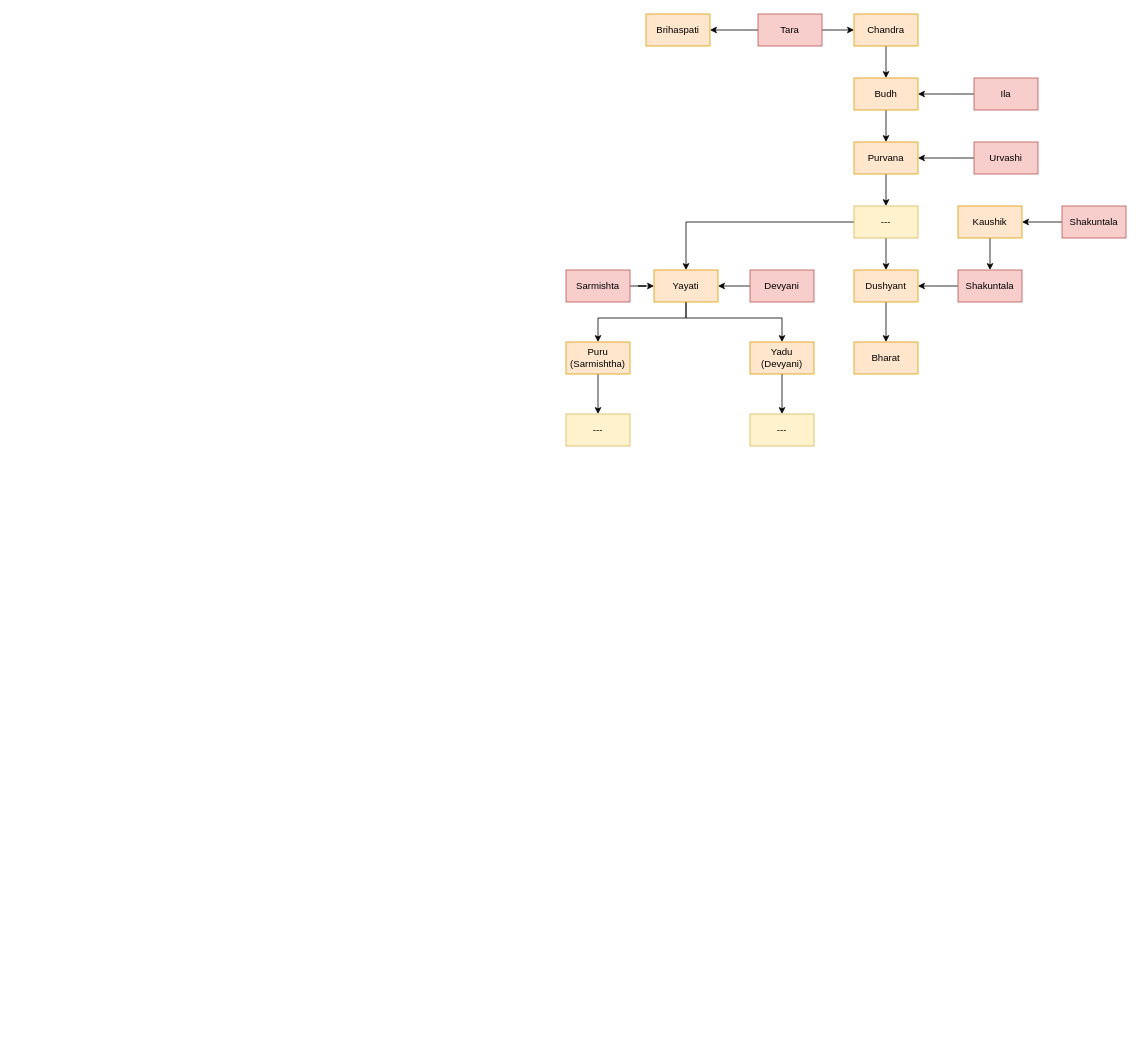
This is Untitled Diagram.drawio from swanand-sabhapatikar/Sudoku, a draw.io file, before an edit. Source tidied: cells renumbered, new cells numbered last; positions are measured from the earlier drawing's top-left corner, leaving out a move shared by most shapes. Both pictures are drawn from the tidied source at 80%, with x=0, y=0 at pixel (566, 14).
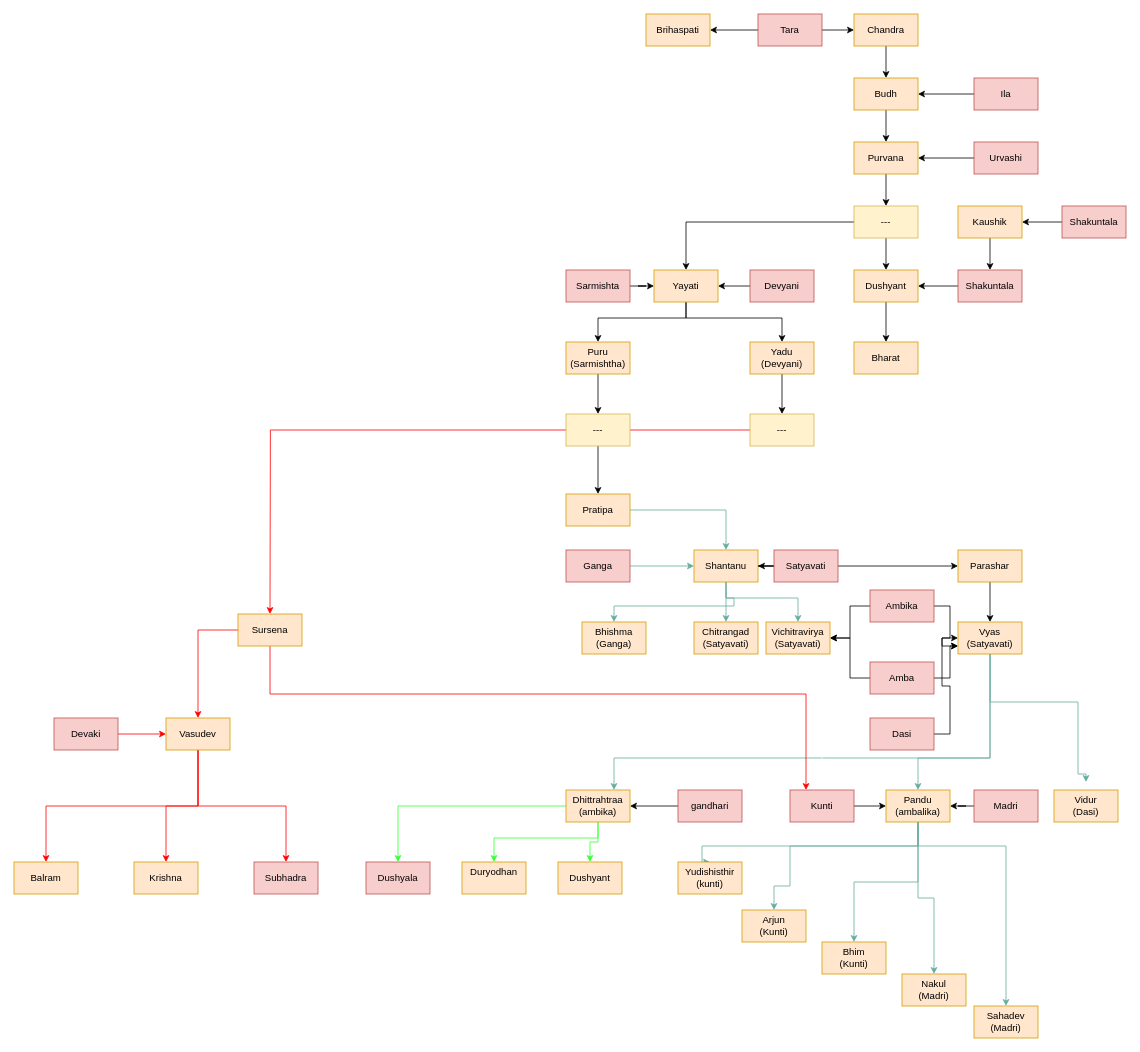
After the change.

The change refers to these unchanged cells:
```xml
<mxCell id="36" value="---" style="rounded=0;whiteSpace=wrap;html=1;fillColor=#fff2cc;strokeColor=#d6b656;" parent="1" vertex="1">
  <mxGeometry x="230" y="500" width="80" height="40" as="geometry" />
</mxCell>
<mxCell id="37" value="---" style="rounded=0;whiteSpace=wrap;html=1;fillColor=#fff2cc;strokeColor=#d6b656;" parent="1" vertex="1">
  <mxGeometry y="500" width="80" height="40" as="geometry" />
</mxCell>
```

Diff of the diagram source:
```diff
@@
+    <mxCell id="41" style="edgeStyle=orthogonalEdgeStyle;rounded=0;jettySize=auto;html=1;strokeColor=#FF0000;" parent="1" edge="1" source="36">
+      <mxGeometry relative="1" as="geometry">
+        <mxPoint x="-370" y="750" as="targetPoint" />
+      </mxGeometry>
+    </mxCell>
@@
+    <mxCell id="42" style="edgeStyle=orthogonalEdgeStyle;rounded=0;jettySize=auto;html=1;entryX=0.5;entryY=0;entryDx=0;entryDy=0;" parent="1" edge="1" source="37" target="44">
+      <mxGeometry relative="1" as="geometry" />
+    </mxCell>
@@
+    <mxCell id="43" style="edgeStyle=orthogonalEdgeStyle;rounded=0;jettySize=auto;html=1;entryX=0.5;entryY=0;entryDx=0;entryDy=0;strokeColor=#67AB9F;" parent="1" edge="1" source="44" target="48">
+      <mxGeometry relative="1" as="geometry" />
+    </mxCell>
+    <mxCell id="44" value="Pratipa" style="rounded=0;whiteSpace=wrap;html=1;fillColor=#ffe6cc;strokeColor=#d79b00;" parent="1" vertex="1">
+      <mxGeometry y="600" width="80" height="40" as="geometry" />
+    </mxCell>
+    <mxCell id="45" style="edgeStyle=orthogonalEdgeStyle;rounded=0;jettySize=auto;html=1;entryX=0.5;entryY=0;entryDx=0;entryDy=0;strokeColor=#67AB9F;" parent="1" edge="1" source="48" target="51">
+      <mxGeometry relative="1" as="geometry">
+        <Array as="points">
+          <mxPoint x="200" y="740" />
+          <mxPoint x="60" y="740" />
+        </Array>
+      </mxGeometry>
+    </mxCell>
+    <mxCell id="46" style="edgeStyle=orthogonalEdgeStyle;rounded=0;jettySize=auto;html=1;entryX=0.5;entryY=0;entryDx=0;entryDy=0;strokeColor=#67AB9F;" parent="1" edge="1" source="48" target="52">
+      <mxGeometry relative="1" as="geometry">
+        <Array as="points">
+          <mxPoint x="200" y="730" />
+          <mxPoint x="210" y="730" />
+          <mxPoint x="210" y="740" />
+          <mxPoint x="200" y="740" />
+        </Array>
+      </mxGeometry>
+    </mxCell>
+    <mxCell id="47" style="edgeStyle=orthogonalEdgeStyle;rounded=0;jettySize=auto;html=1;entryX=0.5;entryY=0;entryDx=0;entryDy=0;strokeColor=#67AB9F;" parent="1" edge="1" source="48" target="53">
+      <mxGeometry relative="1" as="geometry">
+        <Array as="points">
+          <mxPoint x="200" y="730" />
+          <mxPoint x="290" y="730" />
+          <mxPoint x="290" y="760" />
+        </Array>
+      </mxGeometry>
+    </mxCell>
+    <mxCell id="48" value="Shantanu" style="rounded=0;whiteSpace=wrap;html=1;fillColor=#ffe6cc;strokeColor=#d79b00;" parent="1" vertex="1">
+      <mxGeometry x="160" y="670" width="80" height="40" as="geometry" />
+    </mxCell>
+    <mxCell id="49" style="edgeStyle=orthogonalEdgeStyle;rounded=0;jettySize=auto;html=1;entryX=0;entryY=0.5;entryDx=0;entryDy=0;strokeColor=#67AB9F;" parent="1" edge="1" source="50" target="48">
+      <mxGeometry relative="1" as="geometry" />
+    </mxCell>
+    <mxCell id="50" value="Ganga" style="rounded=0;whiteSpace=wrap;html=1;fillColor=#f8cecc;strokeColor=#b85450;" parent="1" vertex="1">
+      <mxGeometry y="670" width="80" height="40" as="geometry" />
+    </mxCell>
+    <mxCell id="51" value="Bhishma&lt;br&gt;(Ganga)" style="rounded=0;whiteSpace=wrap;html=1;fillColor=#ffe6cc;strokeColor=#d79b00;" parent="1" vertex="1">
+      <mxGeometry x="20" y="760" width="80" height="40" as="geometry" />
+    </mxCell>
+    <mxCell id="52" value="Chitrangad&lt;br&gt;(Satyavati)" style="rounded=0;whiteSpace=wrap;html=1;fillColor=#ffe6cc;strokeColor=#d79b00;" parent="1" vertex="1">
+      <mxGeometry x="160" y="760" width="80" height="40" as="geometry" />
+    </mxCell>
+    <mxCell id="53" value="Vichitravirya&lt;br&gt;(Satyavati)" style="rounded=0;whiteSpace=wrap;html=1;fillColor=#ffe6cc;strokeColor=#d79b00;" parent="1" vertex="1">
+      <mxGeometry x="250" y="760" width="80" height="40" as="geometry" />
+    </mxCell>
+    <mxCell id="54" style="edgeStyle=orthogonalEdgeStyle;rounded=0;jettySize=auto;html=1;" parent="1" edge="1" source="56" target="48">
+      <mxGeometry relative="1" as="geometry" />
+    </mxCell>
+    <mxCell id="55" style="edgeStyle=orthogonalEdgeStyle;rounded=0;jettySize=auto;html=1;entryX=0;entryY=0.5;entryDx=0;entryDy=0;" parent="1" edge="1" source="56" target="58">
+      <mxGeometry relative="1" as="geometry" />
+    </mxCell>
+    <mxCell id="56" value="Satyavati" style="rounded=0;whiteSpace=wrap;html=1;fillColor=#f8cecc;strokeColor=#b85450;" parent="1" vertex="1">
+      <mxGeometry x="260" y="670" width="80" height="40" as="geometry" />
+    </mxCell>
+    <mxCell id="57" style="edgeStyle=orthogonalEdgeStyle;rounded=0;jettySize=auto;html=1;entryX=0.5;entryY=0;entryDx=0;entryDy=0;" parent="1" edge="1" source="58" target="62">
+      <mxGeometry relative="1" as="geometry" />
+    </mxCell>
+    <mxCell id="58" value="Parashar" style="rounded=0;whiteSpace=wrap;html=1;fillColor=#ffe6cc;strokeColor=#d79b00;" parent="1" vertex="1">
+      <mxGeometry x="490" y="670" width="80" height="40" as="geometry" />
+    </mxCell>
+    <mxCell id="59" style="edgeStyle=orthogonalEdgeStyle;rounded=0;jettySize=auto;html=1;entryX=0.75;entryY=0;entryDx=0;entryDy=0;strokeColor=#67AB9F;" parent="1" edge="1" source="62" target="74">
+      <mxGeometry relative="1" as="geometry">
+        <Array as="points">
+          <mxPoint x="530" y="930" />
+          <mxPoint x="60" y="930" />
+        </Array>
+      </mxGeometry>
+    </mxCell>
+    <mxCell id="60" style="edgeStyle=orthogonalEdgeStyle;rounded=0;jettySize=auto;html=1;entryX=0.5;entryY=0;entryDx=0;entryDy=0;strokeColor=#67AB9F;" parent="1" edge="1" source="62" target="80">
+      <mxGeometry relative="1" as="geometry">
+        <Array as="points">
+          <mxPoint x="530" y="930" />
+          <mxPoint x="440" y="930" />
+        </Array>
+      </mxGeometry>
+    </mxCell>
+    <mxCell id="61" style="edgeStyle=orthogonalEdgeStyle;rounded=0;orthogonalLoop=1;jettySize=auto;html=1;entryX=0.5;entryY=0;entryDx=0;entryDy=0;strokeColor=#67AB9F;" parent="1" edge="1">
+      <mxGeometry relative="1" as="geometry">
+        <mxPoint x="530.1" y="790" as="sourcePoint" />
+        <mxPoint x="650" y="960" as="targetPoint" />
+        <Array as="points">
+          <mxPoint x="530" y="860" />
+          <mxPoint x="640" y="860" />
+          <mxPoint x="640" y="950" />
+          <mxPoint x="650" y="950" />
+        </Array>
+      </mxGeometry>
+    </mxCell>
+    <mxCell id="62" value="Vyas&lt;br&gt;(Satyavati)" style="rounded=0;whiteSpace=wrap;html=1;fillColor=#ffe6cc;strokeColor=#d79b00;" parent="1" vertex="1">
+      <mxGeometry x="490" y="760" width="80" height="40" as="geometry" />
+    </mxCell>
+    <mxCell id="63" style="edgeStyle=orthogonalEdgeStyle;rounded=0;jettySize=auto;html=1;entryX=1;entryY=0.5;entryDx=0;entryDy=0;" parent="1" edge="1" source="65" target="53">
+      <mxGeometry relative="1" as="geometry" />
+    </mxCell>
+    <mxCell id="64" style="edgeStyle=orthogonalEdgeStyle;rounded=0;jettySize=auto;html=1;entryX=0;entryY=0.75;entryDx=0;entryDy=0;" parent="1" edge="1" source="65" target="62">
+      <mxGeometry relative="1" as="geometry" />
+    </mxCell>
+    <mxCell id="65" value="Amba" style="rounded=0;whiteSpace=wrap;html=1;fillColor=#f8cecc;strokeColor=#b85450;" parent="1" vertex="1">
+      <mxGeometry x="380" y="810" width="80" height="40" as="geometry" />
+    </mxCell>
+    <mxCell id="66" style="edgeStyle=orthogonalEdgeStyle;rounded=0;jettySize=auto;html=1;entryX=1;entryY=0.5;entryDx=0;entryDy=0;" parent="1" edge="1" source="68" target="53">
+      <mxGeometry relative="1" as="geometry" />
+    </mxCell>
+    <mxCell id="67" style="edgeStyle=orthogonalEdgeStyle;rounded=0;jettySize=auto;html=1;entryX=0;entryY=0.75;entryDx=0;entryDy=0;" parent="1" edge="1" source="68" target="62">
+      <mxGeometry relative="1" as="geometry" />
+    </mxCell>
+    <mxCell id="68" value="Ambika" style="rounded=0;whiteSpace=wrap;html=1;fillColor=#f8cecc;strokeColor=#b85450;" parent="1" vertex="1">
+      <mxGeometry x="380" y="720" width="80" height="40" as="geometry" />
+    </mxCell>
+    <mxCell id="69" style="edgeStyle=orthogonalEdgeStyle;rounded=0;jettySize=auto;html=1;entryX=0;entryY=0.5;entryDx=0;entryDy=0;" parent="1" edge="1" source="70" target="62">
+      <mxGeometry relative="1" as="geometry" />
+    </mxCell>
+    <mxCell id="70" value="Dasi" style="rounded=0;whiteSpace=wrap;html=1;fillColor=#f8cecc;strokeColor=#b85450;" parent="1" vertex="1">
+      <mxGeometry x="380" y="880" width="80" height="40" as="geometry" />
+    </mxCell>
+    <mxCell id="71" style="edgeStyle=orthogonalEdgeStyle;rounded=0;jettySize=auto;html=1;entryX=0.5;entryY=0;entryDx=0;entryDy=0;strokeColor=#33FF33;" parent="1" edge="1" source="74" target="93">
+      <mxGeometry relative="1" as="geometry">
+        <Array as="points">
+          <mxPoint x="40" y="1030" />
+          <mxPoint x="-90" y="1030" />
+        </Array>
+      </mxGeometry>
+    </mxCell>
+    <mxCell id="72" style="edgeStyle=orthogonalEdgeStyle;rounded=0;jettySize=auto;html=1;entryX=0.5;entryY=0;entryDx=0;entryDy=0;strokeColor=#33FF33;" parent="1" edge="1" source="74" target="94">
+      <mxGeometry relative="1" as="geometry" />
+    </mxCell>
+    <mxCell id="73" style="edgeStyle=orthogonalEdgeStyle;rounded=0;jettySize=auto;html=1;entryX=0.5;entryY=0;entryDx=0;entryDy=0;strokeColor=#33FF33;" parent="1" edge="1" source="74" target="95">
+      <mxGeometry relative="1" as="geometry" />
+    </mxCell>
+    <mxCell id="74" value="Dhittrahtraa&lt;br&gt;(ambika)" style="rounded=0;whiteSpace=wrap;html=1;fillColor=#ffe6cc;strokeColor=#d79b00;" parent="1" vertex="1">
+      <mxGeometry y="970" width="80" height="40" as="geometry" />
+    </mxCell>
+    <mxCell id="75" style="edgeStyle=orthogonalEdgeStyle;rounded=0;jettySize=auto;html=1;entryX=0.5;entryY=0;entryDx=0;entryDy=0;strokeColor=#67AB9F;" parent="1" edge="1" source="80" target="88">
+      <mxGeometry relative="1" as="geometry">
+        <Array as="points">
+          <mxPoint x="440" y="1040" />
+          <mxPoint x="170" y="1040" />
+        </Array>
+      </mxGeometry>
+    </mxCell>
+    <mxCell id="76" style="edgeStyle=orthogonalEdgeStyle;rounded=0;jettySize=auto;html=1;entryX=0.5;entryY=0;entryDx=0;entryDy=0;strokeColor=#67AB9F;" parent="1" edge="1" source="80" target="90">
+      <mxGeometry relative="1" as="geometry">
+        <Array as="points">
+          <mxPoint x="440" y="1040" />
+          <mxPoint x="280" y="1040" />
+          <mxPoint x="280" y="1090" />
+          <mxPoint x="260" y="1090" />
+        </Array>
+      </mxGeometry>
+    </mxCell>
+    <mxCell id="77" style="edgeStyle=orthogonalEdgeStyle;rounded=0;jettySize=auto;html=1;entryX=0.5;entryY=0;entryDx=0;entryDy=0;strokeColor=#67AB9F;" parent="1" edge="1" source="80" target="91">
+      <mxGeometry relative="1" as="geometry" />
+    </mxCell>
+    <mxCell id="78" style="edgeStyle=orthogonalEdgeStyle;rounded=0;jettySize=auto;html=1;entryX=0.5;entryY=0;entryDx=0;entryDy=0;strokeColor=#67AB9F;" parent="1" edge="1" source="80" target="89">
+      <mxGeometry relative="1" as="geometry" />
+    </mxCell>
+    <mxCell id="79" style="edgeStyle=orthogonalEdgeStyle;rounded=0;jettySize=auto;html=1;entryX=0.5;entryY=0;entryDx=0;entryDy=0;strokeColor=#67AB9F;" parent="1" edge="1" source="80" target="92">
+      <mxGeometry relative="1" as="geometry">
+        <Array as="points">
+          <mxPoint x="440" y="1040" />
+          <mxPoint x="550" y="1040" />
+        </Array>
+      </mxGeometry>
+    </mxCell>
+    <mxCell id="80" value="Pandu&lt;br&gt;(ambalika)" style="rounded=0;whiteSpace=wrap;html=1;fillColor=#ffe6cc;strokeColor=#d79b00;" parent="1" vertex="1">
+      <mxGeometry x="400" y="970" width="80" height="40" as="geometry" />
+    </mxCell>
+    <mxCell id="81" value="Vidur&lt;br&gt;(Dasi)" style="rounded=0;whiteSpace=wrap;html=1;fillColor=#ffe6cc;strokeColor=#d79b00;" parent="1" vertex="1">
+      <mxGeometry x="610" y="970" width="80" height="40" as="geometry" />
+    </mxCell>
+    <mxCell id="82" style="edgeStyle=orthogonalEdgeStyle;rounded=0;jettySize=auto;html=1;entryX=1;entryY=0.5;entryDx=0;entryDy=0;" parent="1" edge="1" source="83" target="74">
+      <mxGeometry relative="1" as="geometry" />
+    </mxCell>
+    <mxCell id="83" value="gandhari" style="rounded=0;whiteSpace=wrap;html=1;fillColor=#f8cecc;strokeColor=#b85450;" parent="1" vertex="1">
+      <mxGeometry x="140" y="970" width="80" height="40" as="geometry" />
+    </mxCell>
+    <mxCell id="84" style="edgeStyle=orthogonalEdgeStyle;rounded=0;jettySize=auto;html=1;entryX=0;entryY=0.5;entryDx=0;entryDy=0;" parent="1" edge="1" source="85" target="80">
+      <mxGeometry relative="1" as="geometry" />
+    </mxCell>
+    <mxCell id="85" value="Kunti" style="rounded=0;whiteSpace=wrap;html=1;fillColor=#f8cecc;strokeColor=#b85450;" parent="1" vertex="1">
+      <mxGeometry x="280" y="970" width="80" height="40" as="geometry" />
+    </mxCell>
+    <mxCell id="86" style="edgeStyle=orthogonalEdgeStyle;rounded=0;jettySize=auto;html=1;entryX=1;entryY=0.5;entryDx=0;entryDy=0;" parent="1" edge="1" source="87" target="80">
+      <mxGeometry relative="1" as="geometry" />
+    </mxCell>
+    <mxCell id="87" value="Madri" style="rounded=0;whiteSpace=wrap;html=1;fillColor=#f8cecc;strokeColor=#b85450;" parent="1" vertex="1">
+      <mxGeometry x="510" y="970" width="80" height="40" as="geometry" />
+    </mxCell>
+    <mxCell id="88" value="Yudishisthir&lt;br&gt;(kunti)" style="rounded=0;whiteSpace=wrap;html=1;fillColor=#ffe6cc;strokeColor=#d79b00;" parent="1" vertex="1">
+      <mxGeometry x="140" y="1060" width="80" height="40" as="geometry" />
+    </mxCell>
+    <mxCell id="89" value="Nakul&lt;br&gt;(Madri)" style="rounded=0;whiteSpace=wrap;html=1;fillColor=#ffe6cc;strokeColor=#d79b00;" parent="1" vertex="1">
+      <mxGeometry x="420" y="1200" width="80" height="40" as="geometry" />
+    </mxCell>
+    <mxCell id="90" value="Arjun&lt;br&gt;(Kunti)" style="rounded=0;whiteSpace=wrap;html=1;fillColor=#ffe6cc;strokeColor=#d79b00;" parent="1" vertex="1">
+      <mxGeometry x="220" y="1120" width="80" height="40" as="geometry" />
+    </mxCell>
+    <mxCell id="91" value="Bhim&lt;br&gt;(Kunti)" style="rounded=0;whiteSpace=wrap;html=1;fillColor=#ffe6cc;strokeColor=#d79b00;" parent="1" vertex="1">
+      <mxGeometry x="320" y="1160" width="80" height="40" as="geometry" />
+    </mxCell>
+    <mxCell id="92" value="Sahadev&lt;br&gt;(Madri)" style="rounded=0;whiteSpace=wrap;html=1;fillColor=#ffe6cc;strokeColor=#d79b00;" parent="1" vertex="1">
+      <mxGeometry x="510" y="1240" width="80" height="40" as="geometry" />
+    </mxCell>
+    <mxCell id="93" value="Duryodhan&lt;div&gt;&lt;br/&gt;&lt;/div&gt;" style="rounded=0;whiteSpace=wrap;html=1;fillColor=#ffe6cc;strokeColor=#d79b00;" parent="1" vertex="1">
+      <mxGeometry x="-130" y="1060" width="80" height="40" as="geometry" />
+    </mxCell>
+    <mxCell id="94" value="Dushyant" style="rounded=0;whiteSpace=wrap;html=1;fillColor=#ffe6cc;strokeColor=#d79b00;" parent="1" vertex="1">
+      <mxGeometry x="-10" y="1060" width="80" height="40" as="geometry" />
+    </mxCell>
+    <mxCell id="95" value="Dushyala" style="rounded=0;whiteSpace=wrap;html=1;fillColor=#f8cecc;strokeColor=#b85450;" parent="1" vertex="1">
+      <mxGeometry x="-250" y="1060" width="80" height="40" as="geometry" />
+    </mxCell>
+    <mxCell id="96" style="edgeStyle=orthogonalEdgeStyle;rounded=0;jettySize=auto;html=1;entryX=0.5;entryY=0;entryDx=0;entryDy=0;strokeColor=#FFFFFF;" parent="1" edge="1" source="99" target="85">
+      <mxGeometry relative="1" as="geometry">
+        <Array as="points">
+          <mxPoint x="-370" y="870" />
+          <mxPoint x="320" y="870" />
+        </Array>
+      </mxGeometry>
+    </mxCell>
+    <mxCell id="97" style="edgeStyle=orthogonalEdgeStyle;rounded=0;jettySize=auto;html=1;entryX=0.25;entryY=0;entryDx=0;entryDy=0;strokeColor=#FF0000;" parent="1" edge="1" source="99" target="85">
+      <mxGeometry relative="1" as="geometry">
+        <Array as="points">
+          <mxPoint x="-370" y="850" />
+          <mxPoint x="300" y="850" />
+        </Array>
+      </mxGeometry>
+    </mxCell>
+    <mxCell id="98" style="edgeStyle=orthogonalEdgeStyle;rounded=0;jettySize=auto;html=1;entryX=0.5;entryY=0;entryDx=0;entryDy=0;strokeColor=#FF0000;" parent="1" edge="1" source="99" target="103">
+      <mxGeometry relative="1" as="geometry" />
+    </mxCell>
+    <mxCell id="99" value="Sursena" style="rounded=0;whiteSpace=wrap;html=1;fillColor=#ffe6cc;strokeColor=#d79b00;" parent="1" vertex="1">
+      <mxGeometry x="-410" y="750" width="80" height="40" as="geometry" />
+    </mxCell>
+    <mxCell id="100" style="edgeStyle=orthogonalEdgeStyle;rounded=0;jettySize=auto;html=1;entryX=0.5;entryY=0;entryDx=0;entryDy=0;strokeColor=#FF0000;" parent="1" edge="1" source="103" target="107">
+      <mxGeometry relative="1" as="geometry">
+        <Array as="points">
+          <mxPoint x="-460" y="990" />
+          <mxPoint x="-650" y="990" />
+        </Array>
+      </mxGeometry>
+    </mxCell>
+    <mxCell id="101" style="edgeStyle=orthogonalEdgeStyle;rounded=0;jettySize=auto;html=1;entryX=0.5;entryY=0;entryDx=0;entryDy=0;strokeColor=#FF0000;" parent="1" edge="1" source="103" target="106">
+      <mxGeometry relative="1" as="geometry" />
+    </mxCell>
+    <mxCell id="102" style="edgeStyle=orthogonalEdgeStyle;rounded=0;jettySize=auto;html=1;entryX=0.5;entryY=0;entryDx=0;entryDy=0;strokeColor=#FF0000;" parent="1" edge="1" source="103" target="108">
+      <mxGeometry relative="1" as="geometry">
+        <Array as="points">
+          <mxPoint x="-460" y="990" />
+          <mxPoint x="-350" y="990" />
+        </Array>
+      </mxGeometry>
+    </mxCell>
+    <mxCell id="103" value="Vasudev" style="rounded=0;whiteSpace=wrap;html=1;fillColor=#ffe6cc;strokeColor=#d79b00;" parent="1" vertex="1">
+      <mxGeometry x="-500" y="880" width="80" height="40" as="geometry" />
+    </mxCell>
+    <mxCell id="104" style="edgeStyle=orthogonalEdgeStyle;rounded=0;jettySize=auto;html=1;entryX=0;entryY=0.5;entryDx=0;entryDy=0;strokeColor=#FF0000;" parent="1" edge="1" source="105" target="103">
+      <mxGeometry relative="1" as="geometry" />
+    </mxCell>
+    <mxCell id="105" value="Devaki" style="rounded=0;whiteSpace=wrap;html=1;fillColor=#f8cecc;strokeColor=#b85450;" parent="1" vertex="1">
+      <mxGeometry x="-640" y="880" width="80" height="40" as="geometry" />
+    </mxCell>
+    <mxCell id="106" value="Krishna" style="rounded=0;whiteSpace=wrap;html=1;fillColor=#ffe6cc;strokeColor=#d79b00;" parent="1" vertex="1">
+      <mxGeometry x="-540" y="1060" width="80" height="40" as="geometry" />
+    </mxCell>
+    <mxCell id="107" value="Balram" style="rounded=0;whiteSpace=wrap;html=1;fillColor=#ffe6cc;strokeColor=#d79b00;" parent="1" vertex="1">
+      <mxGeometry x="-690" y="1060" width="80" height="40" as="geometry" />
+    </mxCell>
+    <mxCell id="108" value="Subhadra" style="rounded=0;whiteSpace=wrap;html=1;fillColor=#f8cecc;strokeColor=#b85450;" parent="1" vertex="1">
+      <mxGeometry x="-390" y="1060" width="80" height="40" as="geometry" />
+    </mxCell>
```
